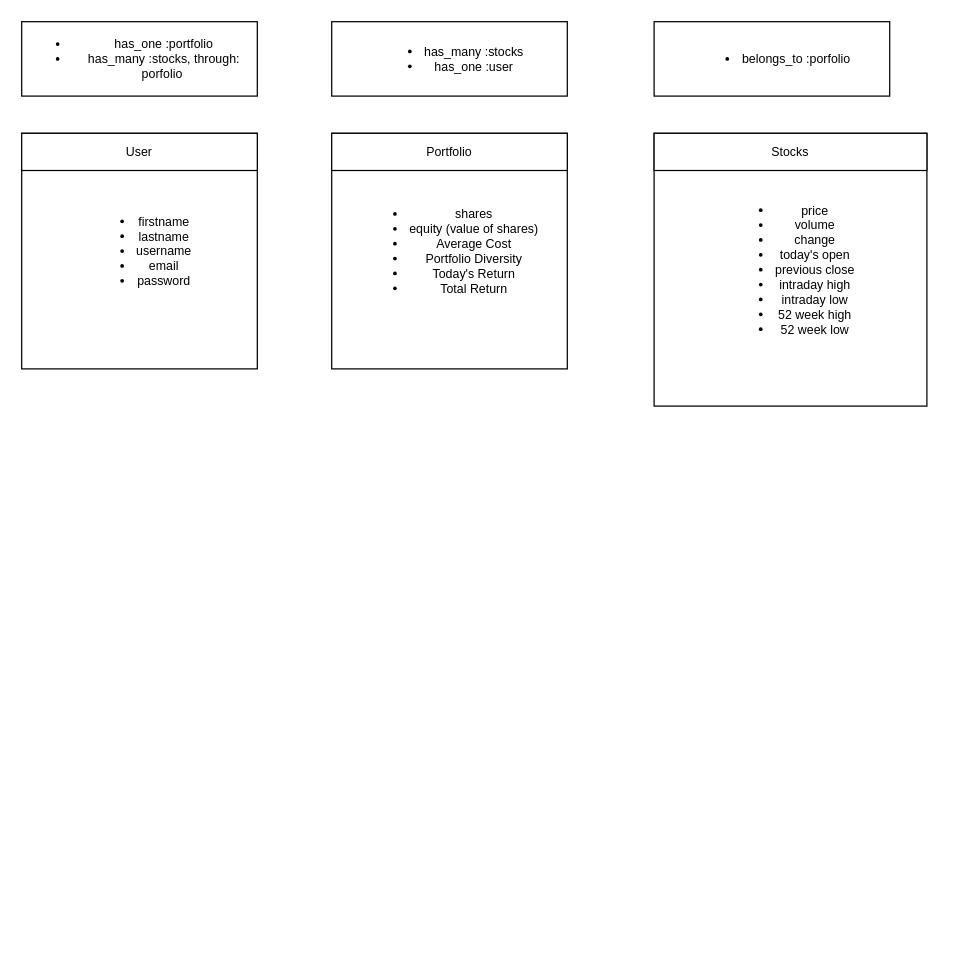
The draw.io diagram client/public/.drawio in cespedesn/stock-market-project, before the edit. Source tidied: cells renumbered, new cells numbered last; positions are measured from the earlier drawing's top-left corner, leaving out a move shared by most shapes. Both pictures are drawn from the tidied source at 124%, with x=0, y=0 at pixel (21, 21).
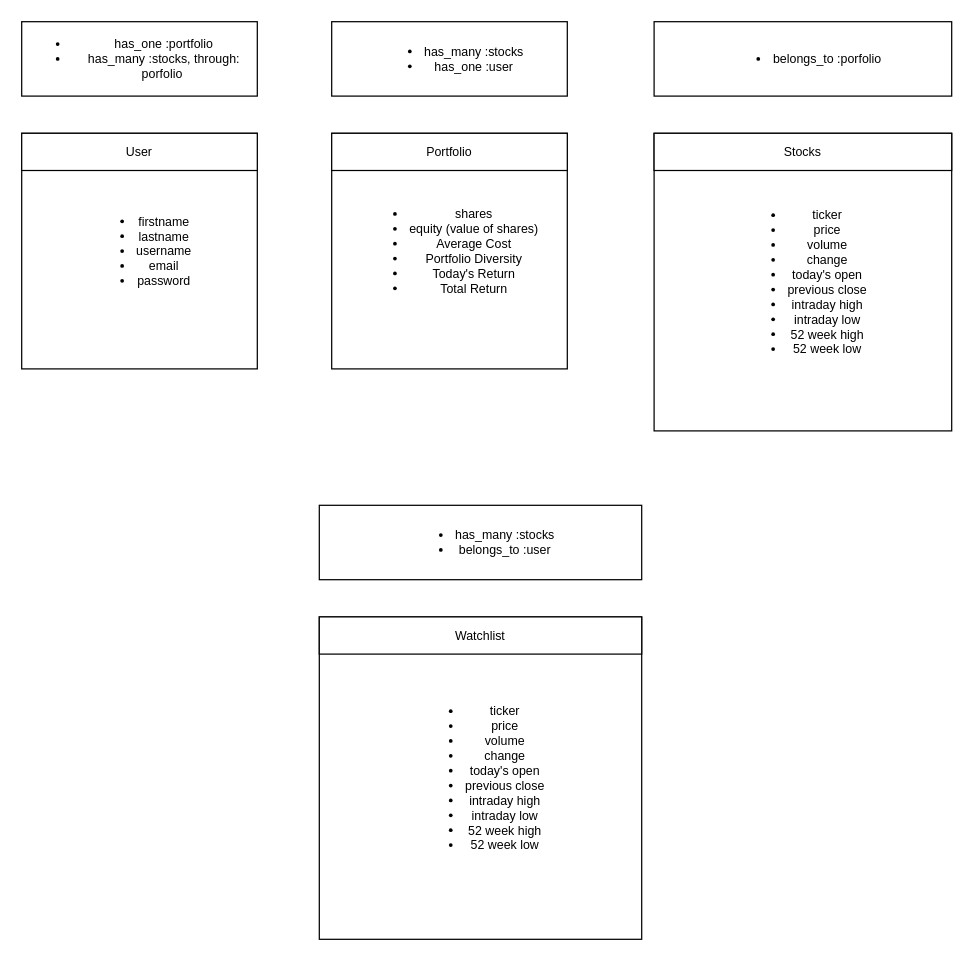
Above is the later version.

Diff of the diagram source:
```diff
@@
 <mxGraphModel>
   <root>
     <mxCell id="0" />
     <mxCell id="1" parent="0" />
     <mxCell id="2" value="&lt;ul&gt;&lt;li&gt;firstname&lt;/li&gt;&lt;li&gt;lastname&lt;/li&gt;&lt;li&gt;username&lt;/li&gt;&lt;li&gt;email&lt;/li&gt;&lt;li&gt;password&lt;/li&gt;&lt;/ul&gt;" style="whiteSpace=wrap;html=1;fontSize=10;" parent="1" vertex="1">
       <mxGeometry y="90" width="190" height="190" as="geometry" />
     </mxCell>
     <mxCell id="3" value="User" style="rounded=0;whiteSpace=wrap;html=1;fontSize=10;" parent="1" vertex="1">
       <mxGeometry y="90" width="190" height="30" as="geometry" />
     </mxCell>
     <mxCell id="4" value="&lt;ul&gt;&lt;li&gt;has_one :portfolio&lt;/li&gt;&lt;li&gt;has_many :stocks, through: porfolio&amp;nbsp;&lt;/li&gt;&lt;/ul&gt;" style="rounded=0;whiteSpace=wrap;html=1;fontSize=10;" parent="1" vertex="1">
       <mxGeometry width="190" height="60" as="geometry" />
     </mxCell>
     <mxCell id="5" value="&lt;div&gt;&lt;ul&gt;&lt;li&gt;shares&lt;/li&gt;&lt;li&gt;equity (value of shares)&lt;/li&gt;&lt;li&gt;Average Cost&lt;/li&gt;&lt;li&gt;Portfolio Diversity&lt;/li&gt;&lt;li&gt;Today's Return&lt;/li&gt;&lt;li&gt;Total Return&lt;/li&gt;&lt;/ul&gt;&lt;/div&gt;" style="whiteSpace=wrap;html=1;fontSize=10;" parent="1" vertex="1">
       <mxGeometry x="250" y="90" width="190" height="190" as="geometry" />
     </mxCell>
     <mxCell id="6" value="Portfolio" style="rounded=0;whiteSpace=wrap;html=1;fontSize=10;" parent="1" vertex="1">
       <mxGeometry x="250" y="90" width="190" height="30" as="geometry" />
     </mxCell>
-    <mxCell id="7" value="&lt;ul&gt;&lt;li&gt;price&lt;/li&gt;&lt;li&gt;volume&lt;/li&gt;&lt;li&gt;change&lt;/li&gt;&lt;li&gt;today's open&lt;/li&gt;&lt;li&gt;previous close&lt;/li&gt;&lt;li&gt;intraday high&lt;/li&gt;&lt;li&gt;intraday low&lt;/li&gt;&lt;li&gt;52 week high&lt;/li&gt;&lt;li&gt;52 week low&lt;/li&gt;&lt;/ul&gt;" style="whiteSpace=wrap;html=1;fontSize=10;" parent="1" vertex="1">
-      <mxGeometry x="510" y="90" width="220" height="220" as="geometry" />
+    <mxCell id="7" value="&lt;ul&gt;&lt;li&gt;ticker&lt;/li&gt;&lt;li&gt;price&lt;/li&gt;&lt;li&gt;volume&lt;/li&gt;&lt;li&gt;change&lt;/li&gt;&lt;li&gt;today's open&lt;/li&gt;&lt;li&gt;previous close&lt;/li&gt;&lt;li&gt;intraday high&lt;/li&gt;&lt;li&gt;intraday low&lt;/li&gt;&lt;li&gt;52 week high&lt;/li&gt;&lt;li&gt;52 week low&lt;/li&gt;&lt;/ul&gt;" style="whiteSpace=wrap;html=1;fontSize=10;" parent="1" vertex="1">
+      <mxGeometry x="510" y="90" width="240" height="240" as="geometry" />
     </mxCell>
     <mxCell id="8" value="Stocks" style="rounded=0;whiteSpace=wrap;html=1;fontSize=10;" parent="1" vertex="1">
-      <mxGeometry x="510" y="90" width="220" height="30" as="geometry" />
+      <mxGeometry x="510" y="90" width="240" height="30" as="geometry" />
     </mxCell>
     <mxCell id="9" value="&lt;ul&gt;&lt;li&gt;has_many :stocks&lt;/li&gt;&lt;li&gt;has_one :user&lt;/li&gt;&lt;/ul&gt;" style="rounded=0;whiteSpace=wrap;html=1;fontSize=10;" parent="1" vertex="1">
       <mxGeometry x="250" width="190" height="60" as="geometry" />
     </mxCell>
     <mxCell id="10" value="&lt;ul&gt;&lt;li&gt;belongs_to :porfolio&lt;/li&gt;&lt;/ul&gt;" style="rounded=0;whiteSpace=wrap;html=1;fontSize=10;" parent="1" vertex="1">
-      <mxGeometry x="510" width="190" height="60" as="geometry" />
+      <mxGeometry x="510" width="240" height="60" as="geometry" />
     </mxCell>
+    <mxCell id="11" value="&lt;ul&gt;&lt;li&gt;ticker&lt;/li&gt;&lt;li&gt;price&lt;/li&gt;&lt;li&gt;volume&lt;/li&gt;&lt;li&gt;change&lt;/li&gt;&lt;li&gt;today's open&lt;/li&gt;&lt;li&gt;previous close&lt;/li&gt;&lt;li&gt;intraday high&lt;/li&gt;&lt;li&gt;intraday low&lt;/li&gt;&lt;li&gt;52 week high&lt;/li&gt;&lt;li&gt;52 week low&lt;/li&gt;&lt;/ul&gt;" style="whiteSpace=wrap;html=1;fontSize=10;" parent="1" vertex="1">
+      <mxGeometry x="240" y="480" width="260" height="260" as="geometry" />
+    </mxCell>
+    <mxCell id="12" value="Watchlist" style="rounded=0;whiteSpace=wrap;html=1;fontSize=10;" parent="1" vertex="1">
+      <mxGeometry x="240" y="480" width="260" height="30" as="geometry" />
+    </mxCell>
+    <mxCell id="13" value="&lt;ul&gt;&lt;li&gt;has_many :stocks&lt;/li&gt;&lt;li&gt;belongs_to :user&lt;/li&gt;&lt;/ul&gt;" style="rounded=0;whiteSpace=wrap;html=1;fontSize=10;" parent="1" vertex="1">
+      <mxGeometry x="240" y="390" width="260" height="60" as="geometry" />
+    </mxCell>
   </root>
 </mxGraphModel>
```
